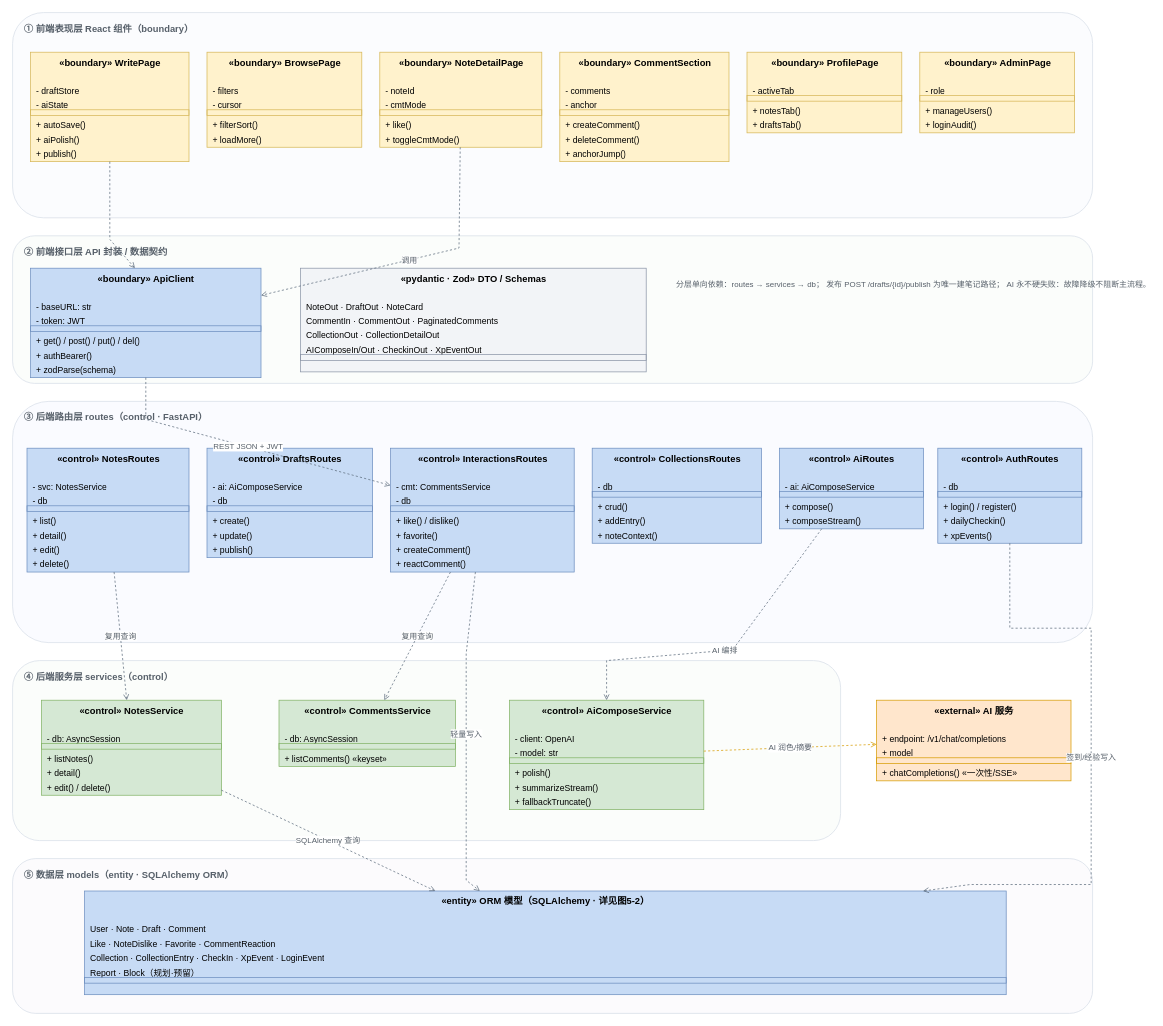
Above: docs/coursework/figures/ch6-fig1-class-program.drawio in XjuSelab/xju-feiyue (draw.io), before the change. Source tidied: cells renumbered, new cells numbered last; positions are measured from the earlier drawing's top-left corner, leaving out a move shared by most shapes. Both pictures are drawn from the tidied source at 72%, with x=0, y=0 at pixel (12, 12).
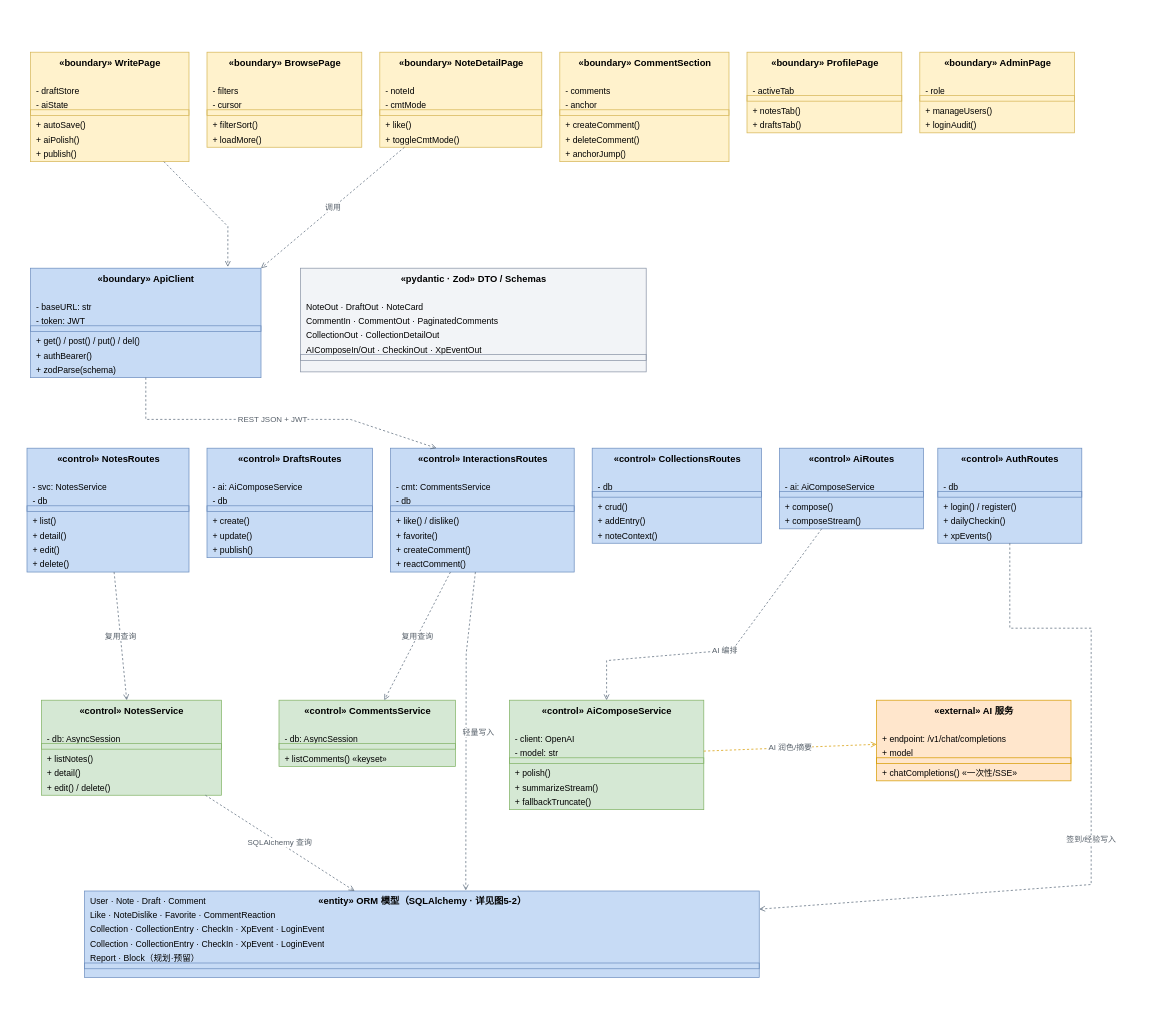
Above is the later version.

The change refers to these unchanged cells:
```xml
<mxCell id="12" value="«boundary» WritePage" style="swimlane=;fontStyle=1;align=center;verticalAlign=top;horizontal=1;startSize=40;html=1;fillColor=#fff2cc;strokeColor=#d6b656;fontFamily=SimSun;fontSize=13;" parent="1" vertex="1">
  <mxGeometry x="25" y="55" width="220" height="152" as="geometry" />
</mxCell>
<mxCell id="25" value="«boundary» NoteDetailPage" style="swimlane=;fontStyle=1;align=center;verticalAlign=top;horizontal=1;startSize=40;html=1;fillColor=#fff2cc;strokeColor=#d6b656;fontFamily=SimSun;fontSize=13;" parent="1" vertex="1">
  <mxGeometry x="510" y="55" width="225" height="132" as="geometry" />
</mxCell>
<mxCell id="48" value="«boundary» ApiClient" style="swimlane=;fontStyle=1;align=center;verticalAlign=top;horizontal=1;startSize=40;html=1;fillColor=#c7dbf5;strokeColor=#6c8ebf;fontFamily=SimSun;fontSize=13;" parent="1" vertex="1">
  <mxGeometry x="25" y="355" width="320" height="152" as="geometry" />
</mxCell>
<mxCell id="77" value="«control» InteractionsRoutes" style="swimlane=;fontStyle=1;align=center;verticalAlign=top;horizontal=1;startSize=40;html=1;fillColor=#c7dbf5;strokeColor=#6c8ebf;fontFamily=SimSun;fontSize=13;" parent="1" vertex="1">
  <mxGeometry x="525" y="605" width="255" height="172" as="geometry" />
</mxCell>
<mxCell id="96" value="«control» AuthRoutes" style="swimlane=;fontStyle=1;align=center;verticalAlign=top;horizontal=1;startSize=40;html=1;fillColor=#c7dbf5;strokeColor=#6c8ebf;fontFamily=SimSun;fontSize=13;" parent="1" vertex="1">
  <mxGeometry x="1285" y="605" width="200" height="132" as="geometry" />
</mxCell>
```

Change to the diagram source:
```diff
@@
-    <mxCell id="2" style="whiteSpace=wrap;html=1;fontFamily=SimSun;fontSize=12;fillColor=#fbfcfe;strokeColor=#d7dee8;rounded=1;align=center;" parent="1" vertex="1">
-      <mxGeometry width="1500" height="285" as="geometry" />
-    </mxCell>
-    <mxCell id="3" value="① 前端表现层  React 组件（boundary）" style="text=;html=1;strokeColor=none;fillColor=none;align=left;verticalAlign=top;fontFamily=SimSun;fontSize=13;fontColor=#57606a;fontStyle=1;" parent="1" vertex="1">
-      <mxGeometry x="14" y="8" width="1480" height="20" as="geometry" />
-    </mxCell>
-    <mxCell id="4" style="whiteSpace=wrap;html=1;fontFamily=SimSun;fontSize=12;fillColor=#fbfdfb;strokeColor=#d7dee8;rounded=1;align=center;" parent="1" vertex="1">
-      <mxGeometry y="310" width="1500" height="205" as="geometry" />
-    </mxCell>
-    <mxCell id="5" value="② 前端接口层  API 封装 / 数据契约" style="text=;html=1;strokeColor=none;fillColor=none;align=left;verticalAlign=top;fontFamily=SimSun;fontSize=13;fontColor=#57606a;fontStyle=1;" parent="1" vertex="1">
-      <mxGeometry x="14" y="318" width="1480" height="20" as="geometry" />
-    </mxCell>
-    <mxCell id="6" style="whiteSpace=wrap;html=1;fontFamily=SimSun;fontSize=12;fillColor=#fafbff;strokeColor=#d7dee8;rounded=1;align=center;" parent="1" vertex="1">
-      <mxGeometry y="540" width="1500" height="335" as="geometry" />
-    </mxCell>
-    <mxCell id="7" value="③ 后端路由层  routes（control · FastAPI）" style="text=;html=1;strokeColor=none;fillColor=none;align=left;verticalAlign=top;fontFamily=SimSun;fontSize=13;fontColor=#57606a;fontStyle=1;" parent="1" vertex="1">
-      <mxGeometry x="14" y="548" width="1480" height="20" as="geometry" />
-    </mxCell>
-    <mxCell id="8" style="whiteSpace=wrap;html=1;fontFamily=SimSun;fontSize=12;fillColor=#fbfdfb;strokeColor=#d7dee8;rounded=1;align=center;" parent="1" vertex="1">
-      <mxGeometry y="900" width="1150" height="250" as="geometry" />
-    </mxCell>
-    <mxCell id="9" value="④ 后端服务层  services（control）" style="text=;html=1;strokeColor=none;fillColor=none;align=left;verticalAlign=top;fontFamily=SimSun;fontSize=13;fontColor=#57606a;fontStyle=1;" parent="1" vertex="1">
-      <mxGeometry x="14" y="908" width="1130" height="20" as="geometry" />
-    </mxCell>
-    <mxCell id="10" style="whiteSpace=wrap;html=1;fontFamily=SimSun;fontSize=12;fillColor=#fcfbfd;strokeColor=#d7dee8;rounded=1;align=center;" parent="1" vertex="1">
-      <mxGeometry y="1175" width="1500" height="215" as="geometry" />
-    </mxCell>
-    <mxCell id="11" value="⑤ 数据层  models（entity · SQLAlchemy ORM）" style="text=;html=1;strokeColor=none;fillColor=none;align=left;verticalAlign=top;fontFamily=SimSun;fontSize=13;fontColor=#57606a;fontStyle=1;" parent="1" vertex="1">
-      <mxGeometry x="14" y="1183" width="1480" height="20" as="geometry" />
-    </mxCell>
@@
     <mxCell id="124" value="«entity» ORM 模型（SQLAlchemy · 详见图5-2）" style="swimlane=;fontStyle=1;align=center;verticalAlign=top;horizontal=1;startSize=40;html=1;fillColor=#c7dbf5;strokeColor=#6c8ebf;fontFamily=SimSun;fontSize=13;" parent="1" vertex="1">
-      <mxGeometry x="100" y="1220" width="1280" height="144" as="geometry" />
+      <mxGeometry x="100" y="1220" width="937" height="120" as="geometry" />
     </mxCell>
     <mxCell id="125" value="User · Note · Draft · Comment" style="text=;strokeColor=none;fillColor=none;align=left;verticalAlign=top;spacingLeft=6;spacingRight=6;overflow=hidden;points=[[0,0.5],[1,0.5]];portConstraint=eastwest;fontFamily=SimSun;fontSize=12;html=1;" parent="124" vertex="1">
-      <mxGeometry y="40" width="1280" height="20" as="geometry" />
+      <mxGeometry width="937" height="20" as="geometry" />
     </mxCell>
     <mxCell id="126" value="Like · NoteDislike · Favorite · CommentReaction" style="text=;strokeColor=none;fillColor=none;align=left;verticalAlign=top;spacingLeft=6;spacingRight=6;overflow=hidden;fontFamily=SimSun;fontSize=12;html=1;" parent="124" vertex="1">
-      <mxGeometry y="60" width="1280" height="20" as="geometry" />
+      <mxGeometry y="20" width="937" height="20" as="geometry" />
     </mxCell>
+    <mxCell id="142" value="Collection · CollectionEntry · CheckIn · XpEvent · LoginEvent" style="text=;strokeColor=none;fillColor=none;align=left;verticalAlign=top;spacingLeft=6;spacingRight=6;overflow=hidden;fontFamily=SimSun;fontSize=12;html=1;" parent="124" vertex="1">
+      <mxGeometry y="40" width="937" height="20" as="geometry" />
+    </mxCell>
     <mxCell id="127" value="Collection · CollectionEntry · CheckIn · XpEvent · LoginEvent" style="text=;strokeColor=none;fillColor=none;align=left;verticalAlign=top;spacingLeft=6;spacingRight=6;overflow=hidden;fontFamily=SimSun;fontSize=12;html=1;" parent="124" vertex="1">
-      <mxGeometry y="80" width="1280" height="20" as="geometry" />
+      <mxGeometry y="60" width="937" height="20" as="geometry" />
     </mxCell>
     <mxCell id="128" value="Report · Block（规划·预留）" style="text=;strokeColor=none;fillColor=none;align=left;verticalAlign=top;spacingLeft=6;spacingRight=6;overflow=hidden;fontFamily=SimSun;fontSize=12;html=1;" parent="124" vertex="1">
-      <mxGeometry y="100" width="1280" height="20" as="geometry" />
+      <mxGeometry y="80" width="937" height="20" as="geometry" />
     </mxCell>
     <mxCell id="129" style="line=;strokeWidth=1;fillColor=none;align=left;verticalAlign=middle;spacingTop=-1;spacingLeft=3;spacingRight=3;labelPosition=right;strokeColor=#6c8ebf;html=1;" parent="124" vertex="1">
-      <mxGeometry y="120" width="1280" height="8" as="geometry" />
+      <mxGeometry y="100" width="937" height="8" as="geometry" />
     </mxCell>
     <mxCell id="130" style="text=;strokeColor=none;fillColor=none;align=left;verticalAlign=top;spacingLeft=6;spacingRight=6;overflow=hidden;fontFamily=SimSun;fontSize=12;html=1;" parent="124" vertex="1">
-      <mxGeometry y="128" width="1280" height="12" as="geometry" />
+      <mxGeometry y="108" width="937" height="12" as="geometry" />
     </mxCell>
-    <mxCell id="131" value="分层单向依赖：routes → services → db； 发布 POST /drafts/{id}/publish 为唯一建笔记路径； AI 永不硬失败：故障降级不阻断主流程。" style="text=;html=1;strokeColor=none;fillColor=none;align=left;verticalAlign=top;fontFamily=SimSun;fontSize=11;fontColor=#57606a;fontStyle=0;" parent="1" vertex="1">
-      <mxGeometry x="920" y="365" width="540" height="90" as="geometry" />
-    </mxCell>
-    <mxCell id="132" value="调用" style="html=1;rounded=0;endArrow=open;endFill=0;strokeColor=#5b6b7b;fontFamily=SimSun;fontSize=11;fontColor=#57606a;dashed=1;" parent="1" edge="1" source="25" target="48">
-      <mxGeometry relative="1" as="geometry">
-        <Array as="points">
-          <mxPoint x="620" y="327" />
-        </Array>
-      </mxGeometry>
+    <mxCell id="132" value="调用" style="html=1;rounded=0;endArrow=open;endFill=0;strokeColor=#5b6b7b;fontFamily=SimSun;fontSize=11;fontColor=#57606a;dashed=1;entryX=1;entryY=0;entryDx=0;entryDy=0;" parent="1" edge="1" source="25" target="48">
+      <mxGeometry relative="1" as="geometry" />
     </mxCell>
-    <mxCell id="133" style="html=1;rounded=0;endArrow=open;endFill=0;strokeColor=#5b6b7b;fontFamily=SimSun;fontSize=11;fontColor=#57606a;dashed=1;" parent="1" edge="1" source="12" target="48">
+    <mxCell id="133" style="html=1;rounded=0;endArrow=open;endFill=0;strokeColor=#5b6b7b;fontFamily=SimSun;fontSize=11;fontColor=#57606a;dashed=1;entryX=0.856;entryY=-0.012;entryDx=0;entryDy=0;entryPerimeter=0;" parent="1" edge="1" source="12" target="48">
       <mxGeometry relative="1" as="geometry">
         <Array as="points">
-          <mxPoint x="135" y="315" />
-          <mxPoint x="170" y="355" />
+          <mxPoint x="299" y="297" />
         </Array>
       </mxGeometry>
     </mxCell>
-    <mxCell id="134" value="REST JSON + JWT" style="html=1;rounded=0;endArrow=open;endFill=0;strokeColor=#5b6b7b;fontFamily=SimSun;fontSize=11;fontColor=#57606a;dashed=1;" parent="1" edge="1" source="48" target="77">
+    <mxCell id="134" value="REST JSON + JWT" style="html=1;rounded=0;endArrow=open;endFill=0;strokeColor=#5b6b7b;fontFamily=SimSun;fontSize=11;fontColor=#57606a;dashed=1;entryX=0.25;entryY=0;entryDx=0;entryDy=0;" parent="1" edge="1" source="48" target="77">
       <mxGeometry relative="1" as="geometry">
         <Array as="points">
           <mxPoint x="185" y="565" />
+          <mxPoint x="469" y="565" />
         </Array>
       </mxGeometry>
     </mxCell>
@@
     <mxCell id="138" value="签到/经验写入" style="html=1;rounded=0;endArrow=open;endFill=0;strokeColor=#5b6b7b;fontFamily=SimSun;fontSize=11;fontColor=#57606a;dashed=1;" parent="1" edge="1" source="96" target="124">
       <mxGeometry relative="1" as="geometry">
         <Array as="points">
           <mxPoint x="1385" y="855" />
           <mxPoint x="1498" y="855" />
           <mxPoint x="1498" y="1211" />
-          <mxPoint x="1330" y="1211" />
         </Array>
       </mxGeometry>
     </mxCell>
-    <mxCell id="139" value="轻量写入" style="html=1;rounded=0;endArrow=open;endFill=0;strokeColor=#5b6b7b;fontFamily=SimSun;fontSize=11;fontColor=#57606a;dashed=1;" parent="1" edge="1" source="77" target="124">
-      <mxGeometry relative="1" as="geometry">
+    <mxCell id="139" value="轻量写入" style="html=1;rounded=0;endArrow=open;endFill=0;strokeColor=#5b6b7b;fontFamily=SimSun;fontSize=11;fontColor=#57606a;dashed=1;entryX=0.565;entryY=-0.041;entryDx=0;entryDy=0;entryPerimeter=0;" parent="1" edge="1" source="77" target="125">
+      <mxGeometry x="0.01" y="17" relative="1" as="geometry">
         <Array as="points">
           <mxPoint x="630" y="890" />
-          <mxPoint x="630" y="1205" />
         </Array>
       </mxGeometry>
     </mxCell>
```
